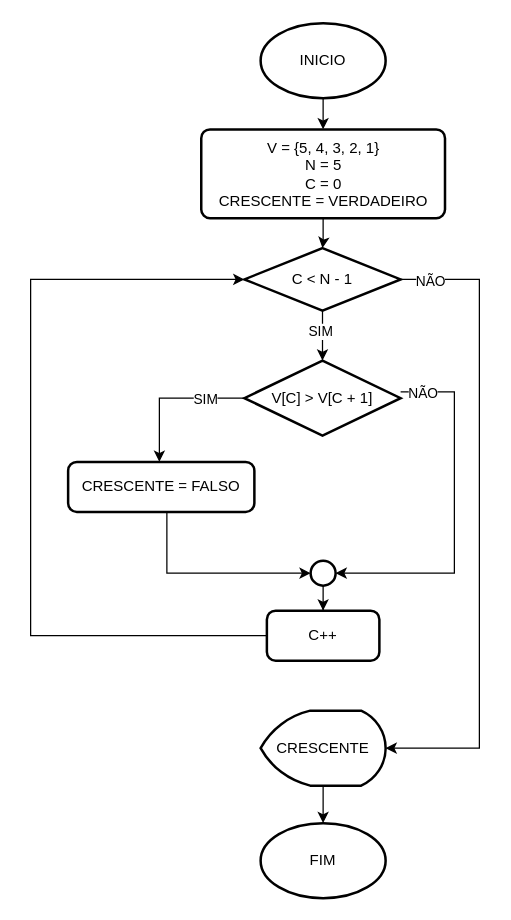
This is Simulado-14.drawio from gabriel-carvalhos/fluxogramas-bootcamp-cdb, a draw.io file, before an edit. Source tidied: cells renumbered, new cells numbered last; positions are measured from the earlier drawing's top-left corner, leaving out a move shared by most shapes. Both pictures are drawn from the tidied source at 125%, with x=0, y=0 at pixel (30, 22).
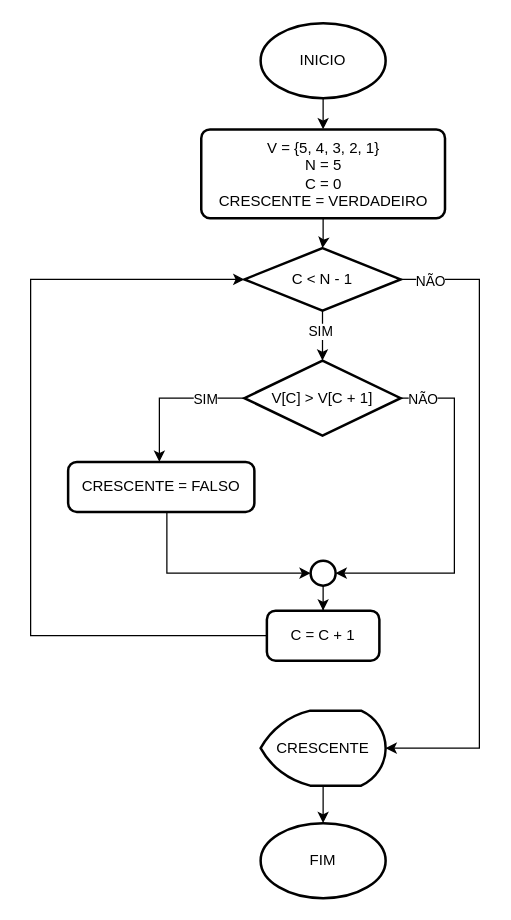
The same diagram, later.

The change refers to these unchanged cells:
```xml
<mxCell id="8" value="&lt;div&gt;&lt;span style=&quot;background-color: transparent; color: light-dark(rgb(0, 0, 0), rgb(255, 255, 255));&quot;&gt;V[C] &amp;gt; V[C + 1]&lt;/span&gt;&lt;/div&gt;" style="strokeWidth=2;html=1;shape=mxgraph.flowchart.decision;whiteSpace=wrap;" parent="1" vertex="1">
  <mxGeometry x="171" y="270" width="125" height="60" as="geometry" />
</mxCell>
<mxCell id="11" style="strokeWidth=2;html=1;shape=mxgraph.flowchart.start_2;whiteSpace=wrap;" parent="1" vertex="1">
  <mxGeometry x="224" y="430" width="20" height="20" as="geometry" />
</mxCell>
```

The edit, as a diff of the source:
```diff
@@
-    <mxCell id="14" value="&lt;div&gt;C++&lt;/div&gt;" style="rounded=1;whiteSpace=wrap;html=1;absoluteArcSize=1;arcSize=14;strokeWidth=2;" parent="1" vertex="1">
+    <mxCell id="14" value="&lt;div&gt;C = C + 1&lt;/div&gt;" style="rounded=1;whiteSpace=wrap;html=1;absoluteArcSize=1;arcSize=14;strokeWidth=2;" parent="1" vertex="1">
       <mxGeometry x="189" y="470" width="90" height="40" as="geometry" />
     </mxCell>
@@
     <mxCell id="20" style="edgeStyle=orthogonalEdgeStyle;rounded=0;jettySize=auto;html=1;entryX=1;entryY=0.5;entryDx=0;entryDy=0;entryPerimeter=0;" parent="1" edge="1" source="8" target="11">
       <mxGeometry relative="1" as="geometry">
         <Array as="points">
-          <mxPoint x="339" y="295" />
+          <mxPoint x="339" y="300" />
           <mxPoint x="339" y="440" />
         </Array>
       </mxGeometry>
     </mxCell>
```
